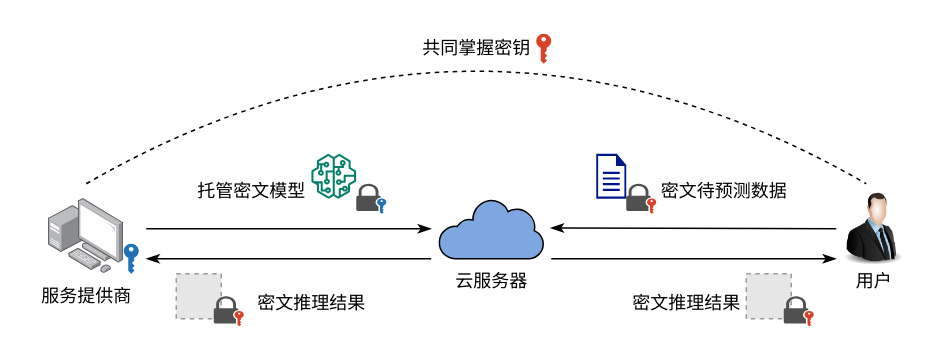
Above: figures/系统模型新新.drawio in mokatto/drawio (draw.io), before the change. Source tidied: cells renumbered, new cells numbered last; positions are measured from the earlier drawing's top-left corner, leaving out a move shared by most shapes. Both pictures are drawn from the tidied source at 150%, with x=0, y=0 at pixel (26, -42). Pictures stored in the file or linked from it are replaced by grey dashed boxes.
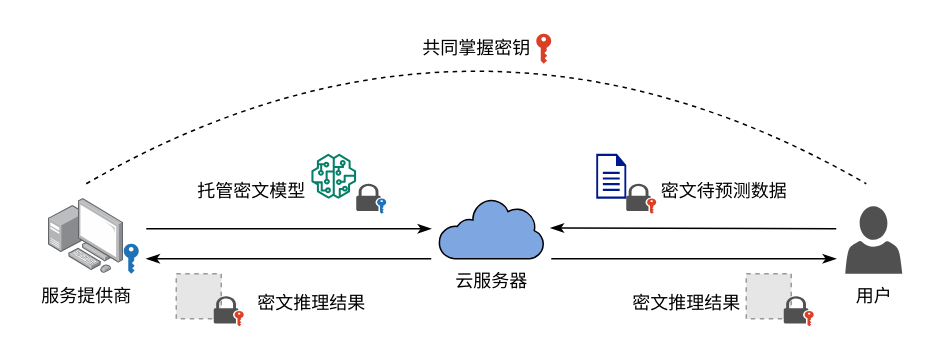
Above is the later version.

Commit message:
更新系统模型新新.drawio

Change to the diagram source:
```diff
@@
-    <mxCell id="9" style="group;" parent="1" vertex="1">
-      <mxGeometry x="540" y="150" width="50" height="80" as="geometry" />
-    </mxCell>
-    <mxCell id="10" style="image;html=1;image=img/lib/clip_art/people/Suit_Man_128x128.png;" parent="9" vertex="1">
-      <mxGeometry width="50" height="60" as="geometry" />
-    </mxCell>
-    <mxCell id="11" value="用户" style="text;html=1;align=center;verticalAlign=middle;strokeColor=none;fillColor=none;" parent="9" vertex="1">
-      <mxGeometry y="50" width="50" height="30" as="geometry" />
-    </mxCell>
@@
+    <mxCell id="35" style="sketch=0;shadow=0;dashed=0;html=1;strokeColor=none;fillColor=#505050;labelPosition=center;verticalLabelPosition=bottom;verticalAlign=top;align=center;shape=mxgraph.office.users.user;" parent="1" vertex="1">
+      <mxGeometry x="546" y="165" width="38" height="45" as="geometry" />
+    </mxCell>
+    <mxCell id="11" value="用户" style="text;html=1;align=center;verticalAlign=middle;strokeColor=none;fillColor=none;" parent="1" vertex="1">
+      <mxGeometry x="540" y="210" width="50" height="30" as="geometry" />
+    </mxCell>
```
